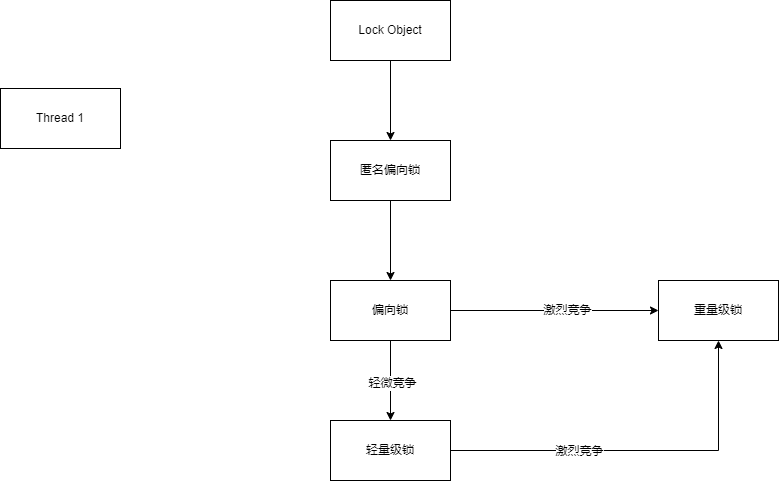
Earlier version of the draw.io export java/synchronized整理总结.drawio.png (dearliwenhui/mydraw). Source tidied: cells renumbered, new cells last; positions are measured from the earlier drawing's top-left corner, leaving out a move shared by most shapes. Source of this version:
```xml
<mxGraphModel>
  <root>
    <mxCell id="0" />
    <mxCell id="1" parent="0" />
    <mxCell id="2" value="Thread 1" style="rounded=0;whiteSpace=wrap;html=1;" parent="1" vertex="1">
      <mxGeometry y="88" width="120" height="60" as="geometry" />
    </mxCell>
    <mxCell id="3" style="edgeStyle=orthogonalEdgeStyle;rounded=0;jettySize=auto;html=1;" parent="1" edge="1" source="4" target="6">
      <mxGeometry relative="1" as="geometry" />
    </mxCell>
    <mxCell id="4" value="Lock Object" style="rounded=0;whiteSpace=wrap;html=1;" parent="1" vertex="1">
      <mxGeometry x="330" width="120" height="60" as="geometry" />
    </mxCell>
    <mxCell id="5" style="edgeStyle=orthogonalEdgeStyle;rounded=0;jettySize=auto;html=1;" parent="1" edge="1" source="6" target="11">
      <mxGeometry relative="1" as="geometry" />
    </mxCell>
    <mxCell id="6" value="匿名偏向锁" style="rounded=0;whiteSpace=wrap;html=1;" parent="1" vertex="1">
      <mxGeometry x="330" y="140" width="120" height="60" as="geometry" />
    </mxCell>
    <mxCell id="7" style="edgeStyle=orthogonalEdgeStyle;rounded=0;jettySize=auto;html=1;" parent="1" edge="1" source="11" target="14">
      <mxGeometry relative="1" as="geometry" />
    </mxCell>
    <mxCell id="8" value="轻微竞争" style="edgeLabel;html=1;align=center;verticalAlign=middle;" parent="7" vertex="1">
      <mxGeometry x="0.05" y="1" relative="1" as="geometry" />
    </mxCell>
    <mxCell id="9" style="edgeStyle=orthogonalEdgeStyle;rounded=0;jettySize=auto;html=1;" parent="1" edge="1" source="11" target="15">
      <mxGeometry relative="1" as="geometry" />
    </mxCell>
    <mxCell id="10" value="激烈竞争" style="edgeLabel;html=1;align=center;verticalAlign=middle;" parent="9" vertex="1">
      <mxGeometry x="0.12" y="1" relative="1" as="geometry" />
    </mxCell>
    <mxCell id="11" value="偏向锁" style="rounded=0;whiteSpace=wrap;html=1;" parent="1" vertex="1">
      <mxGeometry x="330" y="280" width="120" height="60" as="geometry" />
    </mxCell>
    <mxCell id="12" style="edgeStyle=orthogonalEdgeStyle;rounded=0;jettySize=auto;html=1;exitX=1;exitY=0.5;exitDx=0;exitDy=0;" parent="1" edge="1" source="14" target="15">
      <mxGeometry relative="1" as="geometry" />
    </mxCell>
    <mxCell id="13" value="激烈竞争" style="edgeLabel;html=1;align=center;verticalAlign=middle;" parent="12" vertex="1">
      <mxGeometry x="-0.17" relative="1" as="geometry">
        <mxPoint x="-29" as="offset" />
      </mxGeometry>
    </mxCell>
    <mxCell id="14" value="轻量级锁" style="rounded=0;whiteSpace=wrap;html=1;" parent="1" vertex="1">
      <mxGeometry x="330" y="420" width="120" height="60" as="geometry" />
    </mxCell>
    <mxCell id="15" value="重量级锁" style="rounded=0;whiteSpace=wrap;html=1;" parent="1" vertex="1">
      <mxGeometry x="658" y="280" width="120" height="60" as="geometry" />
    </mxCell>
  </root>
</mxGraphModel>
```
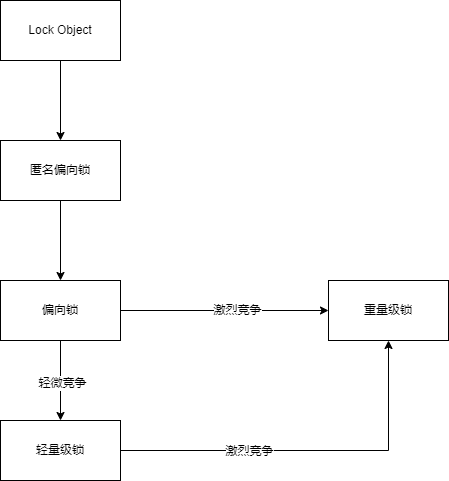
The same diagram one commit later.

Commit message:
更新synchronized整理总结.drawio.png

What changed in the source:
```diff
@@ -2,9 +2,6 @@
   <root>
     <mxCell id="0" />
     <mxCell id="1" parent="0" />
-    <mxCell id="2" value="Thread 1" style="rounded=0;whiteSpace=wrap;html=1;" parent="1" vertex="1">
-      <mxGeometry y="88" width="120" height="60" as="geometry" />
-    </mxCell>
     <mxCell id="3" style="edgeStyle=orthogonalEdgeStyle;rounded=0;jettySize=auto;html=1;" parent="1" edge="1" source="4" target="6">
       <mxGeometry relative="1" as="geometry" />
     </mxCell>
```
